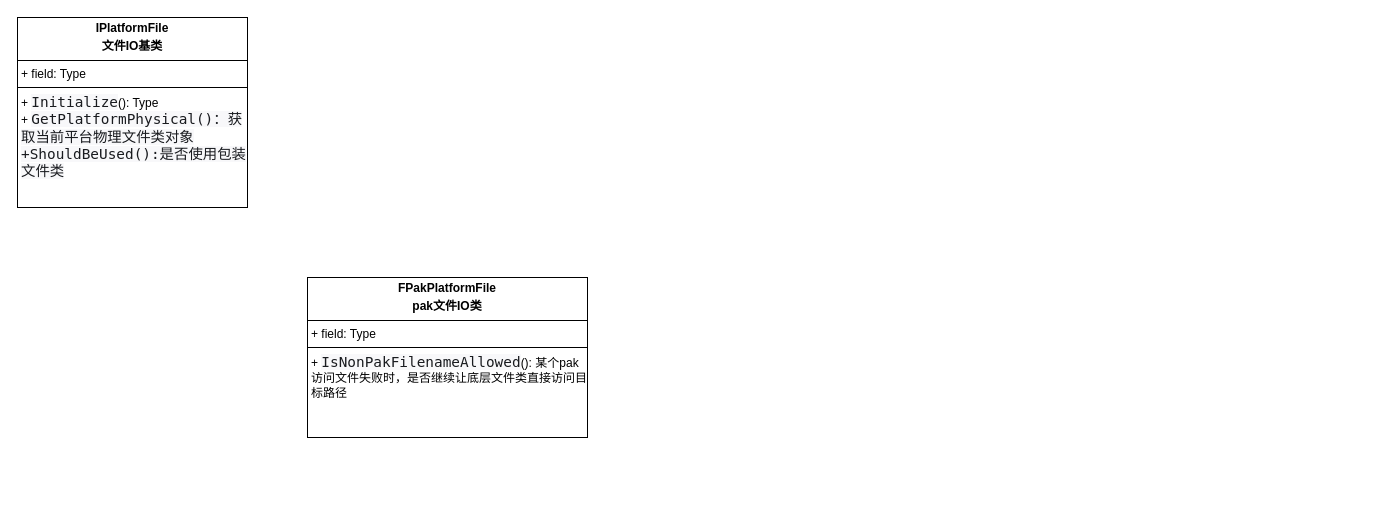
ling-shixi/meta keeps this draw.io diagram as page "文件IO类UML" (2 of 3) of UE资源管理.drawio. Above is the earlier version. Source tidied: cells renumbered, new cells numbered last; positions are measured from the earlier drawing's top-left corner, leaving out a move shared by most shapes. Both pictures are drawn from the tidied source at 100%, with x=0, y=0 at pixel (17, 17).
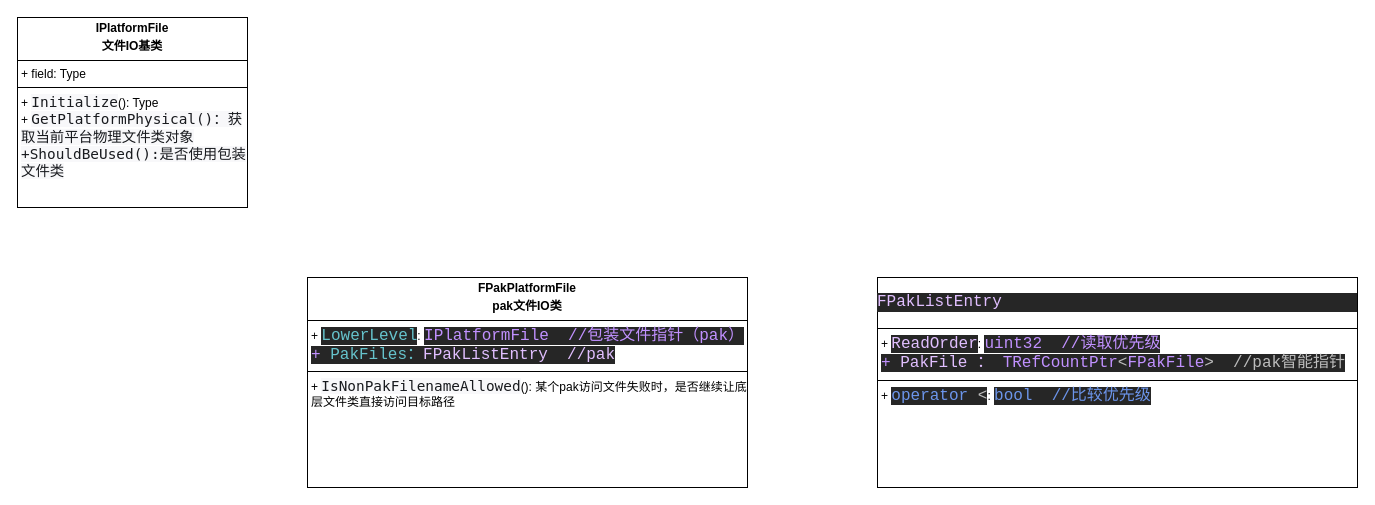
Above is the later version.

Change to the diagram source:
```diff
@@
 <mxGraphModel>
   <root>
     <mxCell id="0" />
     <mxCell id="1" parent="0" />
     <mxCell id="2" value="&lt;p style=&quot;margin:0px;margin-top:4px;text-align:center;&quot;&gt;&lt;b&gt;IPlatformFile&lt;/b&gt;&lt;/p&gt;&lt;p style=&quot;margin:0px;margin-top:4px;text-align:center;&quot;&gt;&lt;b&gt;文件IO基类&lt;/b&gt;&lt;/p&gt;&lt;hr size=&quot;1&quot; style=&quot;border-style:solid;&quot;&gt;&lt;p style=&quot;margin:0px;margin-left:4px;&quot;&gt;+ field: Type&lt;/p&gt;&lt;hr size=&quot;1&quot; style=&quot;border-style:solid;&quot;&gt;&lt;p style=&quot;margin:0px;margin-left:4px;&quot;&gt;+&amp;nbsp;&lt;span style=&quot;color: rgb(25, 27, 31); font-family: Menlo, Monaco, Consolas, &amp;quot;Andale Mono&amp;quot;, &amp;quot;lucida console&amp;quot;, &amp;quot;Courier New&amp;quot;, monospace; font-size: 14.4px; background-color: rgb(248, 248, 250);&quot;&gt;Initialize&lt;/span&gt;(): Type&lt;/p&gt;&lt;p style=&quot;margin:0px;margin-left:4px;&quot;&gt;+&amp;nbsp;&lt;span style=&quot;background-color: rgb(248, 248, 250); color: rgb(25, 27, 31); font-family: Menlo, Monaco, Consolas, &amp;quot;Andale Mono&amp;quot;, &amp;quot;lucida console&amp;quot;, &amp;quot;Courier New&amp;quot;, monospace; font-size: 14.4px;&quot;&gt;GetPlatformPhysical()：获取当前平台物理文件类对象&lt;/span&gt;&lt;/p&gt;&lt;p style=&quot;margin:0px;margin-left:4px;&quot;&gt;&lt;span style=&quot;background-color: rgb(248, 248, 250); color: rgb(25, 27, 31); font-family: Menlo, Monaco, Consolas, &amp;quot;Andale Mono&amp;quot;, &amp;quot;lucida console&amp;quot;, &amp;quot;Courier New&amp;quot;, monospace; font-size: 14.4px;&quot;&gt;+ShouldBeUsed():是否使用包装文件类&lt;/span&gt;&lt;/p&gt;" style="verticalAlign=top;align=left;overflow=fill;html=1;whiteSpace=wrap;" parent="1" vertex="1">
       <mxGeometry width="230" height="190" as="geometry" />
     </mxCell>
-    <mxCell id="3" value="&lt;p style=&quot;margin:0px;margin-top:4px;text-align:center;&quot;&gt;&lt;b&gt;FPakPlatformFile&lt;/b&gt;&lt;/p&gt;&lt;p style=&quot;margin:0px;margin-top:4px;text-align:center;&quot;&gt;&lt;b&gt;pak文件IO类&lt;/b&gt;&lt;/p&gt;&lt;hr size=&quot;1&quot; style=&quot;border-style:solid;&quot;&gt;&lt;p style=&quot;margin:0px;margin-left:4px;&quot;&gt;+ field: Type&lt;/p&gt;&lt;hr size=&quot;1&quot; style=&quot;border-style:solid;&quot;&gt;&lt;p style=&quot;margin:0px;margin-left:4px;&quot;&gt;+&amp;nbsp;&lt;span style=&quot;color: rgb(25, 27, 31); font-family: Menlo, Monaco, Consolas, &amp;quot;Andale Mono&amp;quot;, &amp;quot;lucida console&amp;quot;, &amp;quot;Courier New&amp;quot;, monospace; font-size: 14.4px; background-color: rgb(248, 248, 250);&quot;&gt;IsNonPakFilenameAllowed&lt;/span&gt;(): 某个pak访问文件失败时，是否继续让底层文件类直接访问目标路径&lt;/p&gt;" style="verticalAlign=top;align=left;overflow=fill;html=1;whiteSpace=wrap;" parent="1" vertex="1">
-      <mxGeometry x="290" y="260" width="280" height="160" as="geometry" />
+    <mxCell id="3" value="&lt;p style=&quot;margin:0px;margin-top:4px;text-align:center;&quot;&gt;&lt;b&gt;FPakPlatformFile&lt;/b&gt;&lt;/p&gt;&lt;p style=&quot;margin:0px;margin-top:4px;text-align:center;&quot;&gt;&lt;b&gt;pak文件IO类&lt;/b&gt;&lt;/p&gt;&lt;hr size=&quot;1&quot; style=&quot;border-style:solid;&quot;&gt;&lt;p style=&quot;margin:0px;margin-left:4px;&quot;&gt;+&amp;nbsp;&lt;span style=&quot;color: rgb(102, 195, 204); font-family: &amp;quot;JetBrains Mono&amp;quot;, monospace; font-size: 12pt; background-color: rgb(38, 38, 38);&quot;&gt;LowerLevel&lt;/span&gt;&lt;span style=&quot;background-color: transparent; color: light-dark(rgb(0, 0, 0), rgb(255, 255, 255));&quot;&gt;:&amp;nbsp;&lt;/span&gt;&lt;span style=&quot;color: rgb(193, 145, 255); font-family: &amp;quot;JetBrains Mono&amp;quot;, monospace; font-size: 12pt; background-color: rgb(38, 38, 38);&quot;&gt;IPlatformFile&amp;nbsp; //包装文件指针（pak）&lt;/span&gt;&lt;/p&gt;&lt;p style=&quot;margin:0px;margin-left:4px;&quot;&gt;&lt;span style=&quot;color: rgb(193, 145, 255); font-family: &amp;quot;JetBrains Mono&amp;quot;, monospace; font-size: 12pt; background-color: rgb(38, 38, 38);&quot;&gt;+&amp;nbsp;&lt;/span&gt;&lt;span style=&quot;color: rgb(102, 195, 204); font-family: &amp;quot;JetBrains Mono&amp;quot;, monospace; font-size: 12pt; background-color: rgb(38, 38, 38);&quot;&gt;PakFiles：&lt;/span&gt;&lt;span style=&quot;color: rgb(225, 191, 255); font-family: &amp;quot;JetBrains Mono&amp;quot;, monospace; font-size: 12pt; background-color: rgb(38, 38, 38);&quot;&gt;FPakListEntry&amp;nbsp; //pak&lt;/span&gt;&lt;/p&gt;&lt;hr size=&quot;1&quot; style=&quot;border-style:solid;&quot;&gt;&lt;p style=&quot;margin:0px;margin-left:4px;&quot;&gt;+&amp;nbsp;&lt;span style=&quot;color: rgb(25, 27, 31); font-family: Menlo, Monaco, Consolas, &amp;quot;Andale Mono&amp;quot;, &amp;quot;lucida console&amp;quot;, &amp;quot;Courier New&amp;quot;, monospace; font-size: 14.4px; background-color: rgb(248, 248, 250);&quot;&gt;IsNonPakFilenameAllowed&lt;/span&gt;(): 某个pak访问文件失败时，是否继续让底层文件类直接访问目标路径&lt;/p&gt;" style="verticalAlign=top;align=left;overflow=fill;html=1;whiteSpace=wrap;" parent="1" vertex="1">
+      <mxGeometry x="290" y="260" width="440" height="210" as="geometry" />
     </mxCell>
+    <mxCell id="4" value="&lt;div style=&quot;background-color: rgb(38, 38, 38); color: rgb(208, 208, 208);&quot;&gt;&lt;pre style=&quot;font-family:'JetBrains Mono',monospace;font-size:12.0pt;&quot;&gt;&lt;span style=&quot;color: rgb(225, 191, 255);&quot;&gt;FPakListEntry&lt;/span&gt;&lt;/pre&gt;&lt;/div&gt;&lt;hr size=&quot;1&quot; style=&quot;border-style:solid;&quot;&gt;&lt;p style=&quot;margin:0px;margin-left:4px;&quot;&gt;+&amp;nbsp;&lt;span style=&quot;color: rgb(225, 191, 255); font-family: &amp;quot;JetBrains Mono&amp;quot;, monospace; font-size: 12pt; background-color: rgb(38, 38, 38);&quot;&gt;ReadOrder&lt;/span&gt;&lt;span style=&quot;background-color: transparent; color: light-dark(rgb(0, 0, 0), rgb(255, 255, 255));&quot;&gt;:&amp;nbsp;&lt;/span&gt;&lt;span style=&quot;color: rgb(193, 145, 255); font-family: &amp;quot;JetBrains Mono&amp;quot;, monospace; font-size: 12pt; background-color: rgb(38, 38, 38);&quot;&gt;uint32&amp;nbsp; //读取优先级&lt;/span&gt;&lt;/p&gt;&lt;p style=&quot;margin:0px;margin-left:4px;&quot;&gt;&lt;span style=&quot;color: rgb(193, 145, 255); font-family: &amp;quot;JetBrains Mono&amp;quot;, monospace; font-size: 12pt; background-color: rgb(38, 38, 38);&quot;&gt;+&amp;nbsp;&lt;/span&gt;&lt;span style=&quot;color: rgb(225, 191, 255); font-family: &amp;quot;JetBrains Mono&amp;quot;, monospace; font-size: 12pt; background-color: rgb(38, 38, 38);&quot;&gt;PakFile ：&amp;nbsp;&lt;/span&gt;&lt;span style=&quot;font-family: &amp;quot;JetBrains Mono&amp;quot;, monospace; font-size: 12pt; background-color: rgb(38, 38, 38); color: rgb(193, 145, 255);&quot;&gt;TRefCountPtr&lt;/span&gt;&lt;span style=&quot;font-family: &amp;quot;JetBrains Mono&amp;quot;, monospace; font-size: 12pt; background-color: rgb(38, 38, 38); color: rgb(189, 189, 189);&quot;&gt;&amp;lt;&lt;/span&gt;&lt;span style=&quot;font-family: &amp;quot;JetBrains Mono&amp;quot;, monospace; font-size: 12pt; background-color: rgb(38, 38, 38); color: rgb(193, 145, 255);&quot;&gt;FPakFile&lt;/span&gt;&lt;span style=&quot;font-family: &amp;quot;JetBrains Mono&amp;quot;, monospace; font-size: 12pt; background-color: rgb(38, 38, 38); color: rgb(189, 189, 189);&quot;&gt;&amp;gt;&amp;nbsp; //pak智能指针&lt;/span&gt;&lt;/p&gt;&lt;hr size=&quot;1&quot; style=&quot;border-style:solid;&quot;&gt;&lt;p style=&quot;margin:0px;margin-left:4px;&quot;&gt;+&amp;nbsp;&lt;span style=&quot;font-family: &amp;quot;JetBrains Mono&amp;quot;, monospace; font-size: 12pt; background-color: rgb(38, 38, 38); color: rgb(108, 149, 235);&quot;&gt;operator &lt;/span&gt;&lt;span style=&quot;font-family: &amp;quot;JetBrains Mono&amp;quot;, monospace; font-size: 12pt; background-color: rgb(38, 38, 38); color: rgb(189, 189, 189);&quot;&gt;&amp;lt;&lt;/span&gt;&lt;span style=&quot;background-color: transparent; color: light-dark(rgb(0, 0, 0), rgb(255, 255, 255));&quot;&gt;:&amp;nbsp;&lt;/span&gt;&lt;span style=&quot;color: rgb(108, 149, 235); font-family: &amp;quot;JetBrains Mono&amp;quot;, monospace; font-size: 12pt; background-color: rgb(38, 38, 38);&quot;&gt;bool&amp;nbsp; //比较优先级&lt;/span&gt;&lt;/p&gt;" style="verticalAlign=top;align=left;overflow=fill;html=1;whiteSpace=wrap;" parent="1" vertex="1">
+      <mxGeometry x="860" y="260" width="480" height="210" as="geometry" />
+    </mxCell>
   </root>
 </mxGraphModel>
```
